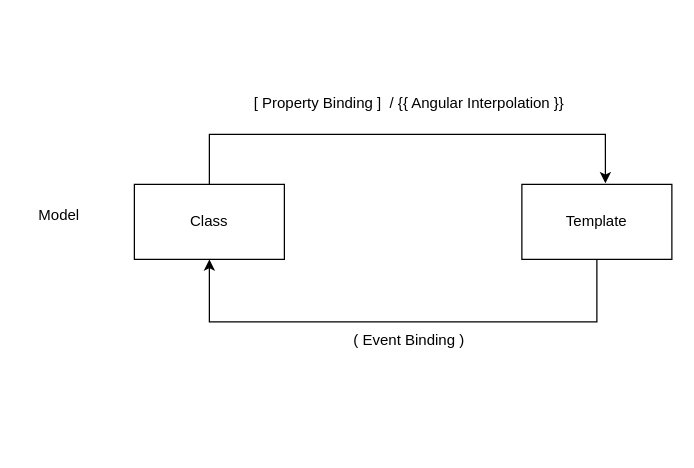
The draw.io diagram page "Data_Binding" (2 of 3) of refs/ng_diagram.drawio in synergy2411/nov25-angular, before the edit. Source tidied: cells renumbered, new cells numbered last; positions are measured from the earlier drawing's top-left corner, leaving out a move shared by most shapes. Both pictures are drawn from the tidied source at 125%, with x=0, y=0 at pixel (21, 84).
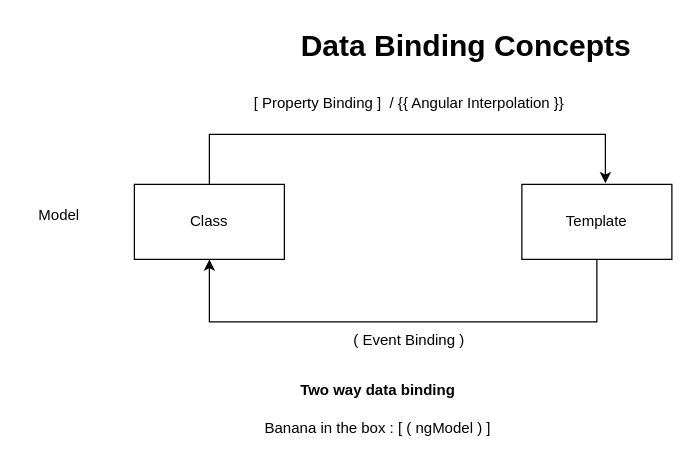
After the change.

What changed in the source:
```diff
@@
 <mxGraphModel>
   <root>
     <mxCell id="0" />
     <mxCell id="1" parent="0" />
     <mxCell id="2" value="Class" style="rounded=0;whiteSpace=wrap;html=1;" parent="1" vertex="1">
       <mxGeometry x="90" y="80" width="120" height="60" as="geometry" />
     </mxCell>
     <mxCell id="3" style="edgeStyle=orthogonalEdgeStyle;rounded=0;jettySize=auto;html=1;exitX=0.5;exitY=1;exitDx=0;exitDy=0;entryX=0.5;entryY=1;entryDx=0;entryDy=0;" parent="1" edge="1" source="4" target="2">
       <mxGeometry relative="1" as="geometry">
         <Array as="points">
           <mxPoint x="460" y="190" />
           <mxPoint x="150" y="190" />
         </Array>
       </mxGeometry>
     </mxCell>
     <mxCell id="4" value="Template" style="rounded=0;whiteSpace=wrap;html=1;" parent="1" vertex="1">
       <mxGeometry x="400" y="80" width="120" height="60" as="geometry" />
     </mxCell>
     <mxCell id="5" value="Model" style="text;html=1;whiteSpace=wrap;strokeColor=none;fillColor=none;align=center;verticalAlign=middle;rounded=0;" parent="1" vertex="1">
       <mxGeometry y="90" width="60" height="30" as="geometry" />
     </mxCell>
     <mxCell id="6" style="edgeStyle=orthogonalEdgeStyle;rounded=0;jettySize=auto;html=1;exitX=0.5;exitY=0;exitDx=0;exitDy=0;entryX=0.557;entryY=-0.015;entryDx=0;entryDy=0;entryPerimeter=0;" parent="1" edge="1" source="2" target="4">
       <mxGeometry relative="1" as="geometry">
         <Array as="points">
           <mxPoint x="150" y="40" />
           <mxPoint x="467" y="40" />
         </Array>
       </mxGeometry>
     </mxCell>
     <mxCell id="7" value="[ Property Binding ]&amp;nbsp; / {{ Angular Interpolation }}" style="text;html=1;whiteSpace=wrap;strokeColor=none;fillColor=none;align=center;verticalAlign=middle;rounded=0;" parent="1" vertex="1">
       <mxGeometry x="170" width="280" height="30" as="geometry" />
     </mxCell>
     <mxCell id="8" value="( Event Binding )" style="text;html=1;whiteSpace=wrap;strokeColor=none;fillColor=none;align=center;verticalAlign=middle;rounded=0;" parent="1" vertex="1">
       <mxGeometry x="235" y="190" width="150" height="30" as="geometry" />
     </mxCell>
+    <mxCell id="9" value="Two way data binding" style="text;html=1;whiteSpace=wrap;strokeColor=none;fillColor=none;align=center;verticalAlign=middle;rounded=0;fontStyle=1;" parent="1" vertex="1">
+      <mxGeometry x="190" y="230" width="190" height="30" as="geometry" />
+    </mxCell>
+    <mxCell id="10" value="Banana in the box : [ ( ngModel ) ]" style="text;html=1;whiteSpace=wrap;strokeColor=none;fillColor=none;align=center;verticalAlign=middle;rounded=0;" parent="1" vertex="1">
+      <mxGeometry x="190" y="260" width="190" height="30" as="geometry" />
+    </mxCell>
+    <mxCell id="11" value="Data Binding Concepts" style="text;strokeColor=none;fillColor=none;html=1;fontSize=24;fontStyle=1;verticalAlign=middle;align=center;" parent="1" vertex="1">
+      <mxGeometry x="305" y="-50" width="100" height="40" as="geometry" />
+    </mxCell>
   </root>
 </mxGraphModel>
```
